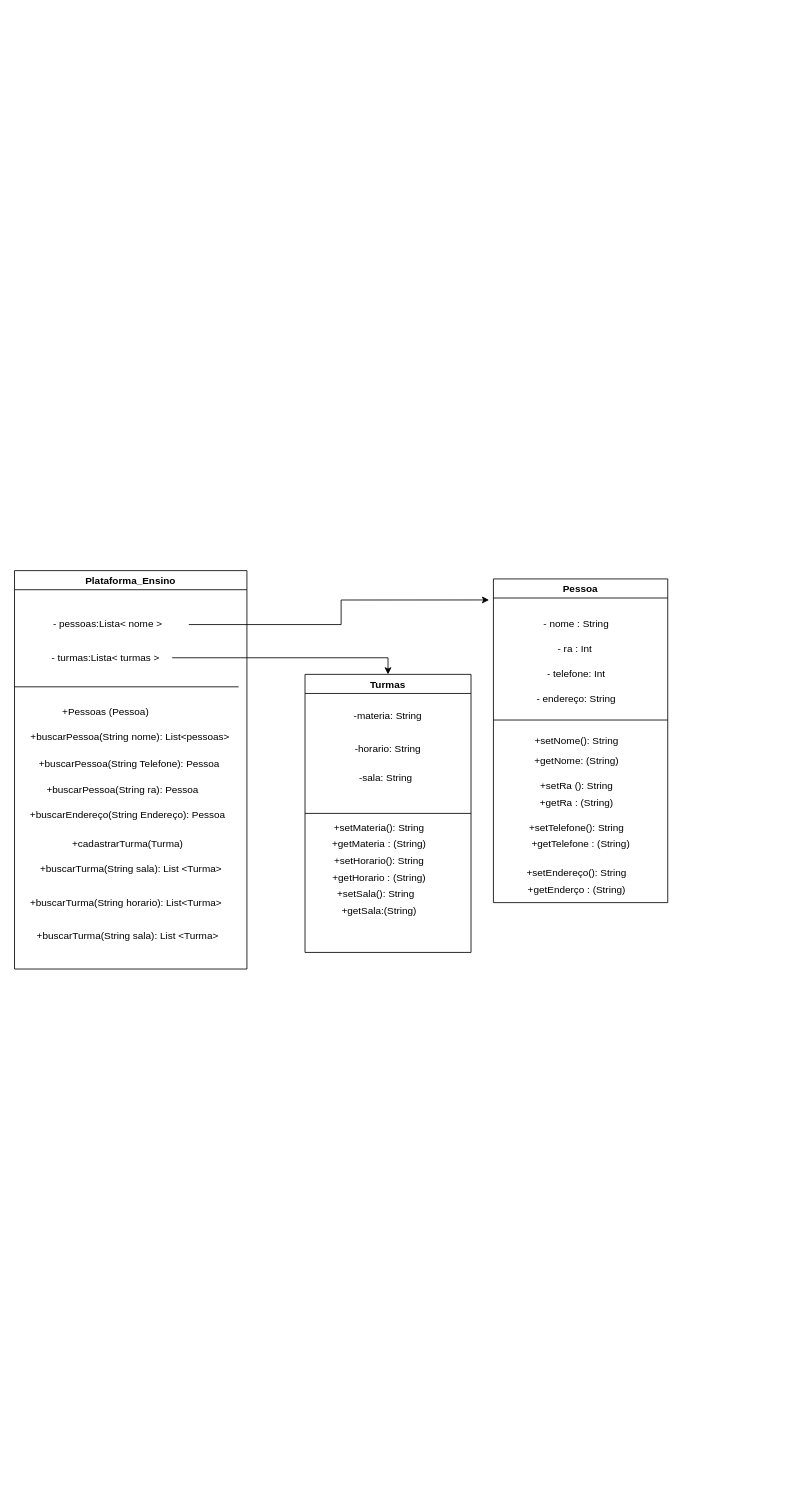
The draw.io diagram Untitled Diagram.drawio in dsslleagion/Bertoti, before the edit. Source tidied: cells renumbered, new cells numbered last; positions are measured from the earlier drawing's top-left corner, leaving out a move shared by most shapes. Both pictures are drawn from the tidied source at 83%, with x=0, y=0 at pixel (14, 570).
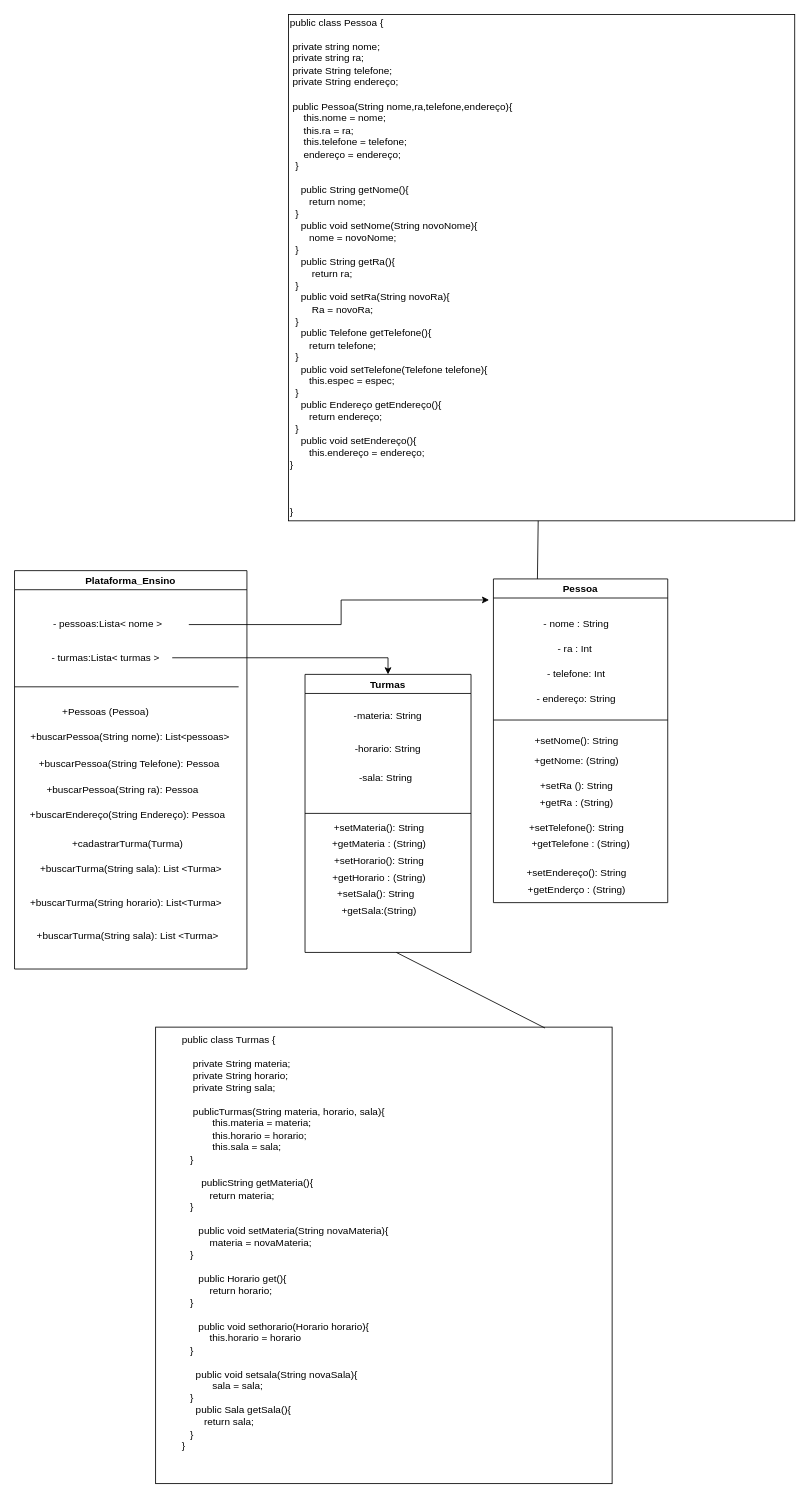
The same diagram, later.

Commit message:
Diagrama de classe com Java

Change to the diagram source:
```diff
@@
+    <mxCell id="42" style="whiteSpace=wrap;html=1;" parent="1" vertex="1">
+      <mxGeometry x="170" y="550" width="550" height="550" as="geometry" />
+    </mxCell>
+    <mxCell id="43" value="&lt;div&gt;public class Turmas {&lt;/div&gt;&lt;div&gt;&lt;br&gt;&lt;/div&gt;&lt;div&gt;&amp;nbsp; &amp;nbsp; private String materia;&lt;/div&gt;&lt;div&gt;&amp;nbsp; &amp;nbsp; private String horario;&lt;/div&gt;&lt;div&gt;&amp;nbsp; &amp;nbsp; private String sala;&lt;/div&gt;&lt;div&gt;&lt;br&gt;&lt;/div&gt;&lt;div&gt;&amp;nbsp; &amp;nbsp; publicTurmas(String materia, horario, sala){&lt;/div&gt;&lt;div&gt;&amp;nbsp; &amp;nbsp; &amp;nbsp; &amp;nbsp; &amp;nbsp; &amp;nbsp;this.materia = materia;&lt;/div&gt;&lt;div&gt;&amp;nbsp; &amp;nbsp; &amp;nbsp; &amp;nbsp; &amp;nbsp; &amp;nbsp;this.horario = horario;&lt;/div&gt;&lt;div&gt;&amp;nbsp; &amp;nbsp; &amp;nbsp; &amp;nbsp; &amp;nbsp; &amp;nbsp;this.sala = sala;&lt;/div&gt;&lt;div&gt;&amp;nbsp; &amp;nbsp;}&lt;/div&gt;&lt;div&gt;&lt;br&gt;&lt;/div&gt;&lt;div&gt;&amp;nbsp; &amp;nbsp; &amp;nbsp; &amp;nbsp;publicString getMateria(){&lt;/div&gt;&lt;div&gt;&amp;nbsp; &amp;nbsp; &amp;nbsp; &amp;nbsp; &amp;nbsp; return materia;&lt;/div&gt;&lt;div&gt;&amp;nbsp; &amp;nbsp;}&lt;/div&gt;&lt;div&gt;&lt;br&gt;&lt;/div&gt;&lt;div&gt;&amp;nbsp; &amp;nbsp; &amp;nbsp; public void setMateria(String novaMateria){&lt;/div&gt;&lt;div&gt;&amp;nbsp; &amp;nbsp; &amp;nbsp; &amp;nbsp; &amp;nbsp; materia = novaMateria;&lt;/div&gt;&lt;div&gt;&amp;nbsp; &amp;nbsp;}&lt;/div&gt;&lt;div&gt;&lt;br&gt;&lt;/div&gt;&lt;div&gt;&amp;nbsp; &amp;nbsp; &amp;nbsp; public Horario get(){&lt;/div&gt;&lt;div&gt;&amp;nbsp; &amp;nbsp; &amp;nbsp; &amp;nbsp; &amp;nbsp; return horario;&lt;/div&gt;&lt;div&gt;&amp;nbsp; &amp;nbsp;}&lt;/div&gt;&lt;div&gt;&lt;br&gt;&lt;/div&gt;&lt;div&gt;&amp;nbsp; &amp;nbsp; &amp;nbsp; public void sethorario(Horario horario){&lt;/div&gt;&lt;div&gt;&amp;nbsp; &amp;nbsp; &amp;nbsp; &amp;nbsp; &amp;nbsp; this.horario = horario&lt;/div&gt;&lt;div&gt;&amp;nbsp; &amp;nbsp;}&lt;/div&gt;&lt;div&gt;&amp;nbsp; &amp;nbsp;&lt;/div&gt;&lt;div&gt;&amp;nbsp; &amp;nbsp; &amp;nbsp;public void setsala(String novaSala){&lt;/div&gt;&lt;div&gt;&amp;nbsp; &amp;nbsp; &amp;nbsp; &amp;nbsp; &amp;nbsp; &amp;nbsp;sala = sala;&lt;/div&gt;&lt;div&gt;&amp;nbsp; &amp;nbsp;}&lt;/div&gt;&lt;div&gt;&amp;nbsp; &amp;nbsp; &amp;nbsp;public Sala getSala(){&lt;/div&gt;&lt;div&gt;&amp;nbsp; &amp;nbsp; &amp;nbsp; &amp;nbsp; return sala;&lt;/div&gt;&lt;div&gt;&amp;nbsp; &amp;nbsp;}&amp;nbsp;&lt;/div&gt;&lt;div&gt;}&lt;/div&gt;" style="text;html=1;strokeColor=none;fillColor=none;align=left;verticalAlign=middle;whiteSpace=wrap;rounded=0;" parent="1" vertex="1">
+      <mxGeometry x="200" y="760" width="390" height="100" as="geometry" />
+    </mxCell>
+    <mxCell id="44" style="endArrow=none;html=1;rounded=0;exitX=0.853;exitY=0.002;exitDx=0;exitDy=0;exitPerimeter=0;" parent="1" edge="1" source="42">
+      <mxGeometry relative="1" as="geometry">
+        <mxPoint x="460" y="460" as="targetPoint" />
+      </mxGeometry>
+    </mxCell>
+    <mxCell id="45" value="&lt;div&gt;public class Pessoa {&lt;/div&gt;&lt;div&gt;&lt;br&gt;&lt;/div&gt;&lt;div&gt;&amp;nbsp;private string nome;&lt;/div&gt;&lt;div&gt;&amp;nbsp;private string ra;&lt;/div&gt;&lt;div&gt;&amp;nbsp;private String telefone;&lt;/div&gt;&lt;div&gt;&amp;nbsp;private String endereço;&lt;/div&gt;&lt;div&gt;&lt;br&gt;&lt;/div&gt;&lt;div&gt;&amp;nbsp;public Pessoa(String nome,ra,telefone,endereço){&lt;/div&gt;&lt;div&gt;&amp;nbsp; &amp;nbsp; &amp;nbsp;this.nome = nome;&lt;/div&gt;&lt;div&gt;&amp;nbsp; &amp;nbsp; &amp;nbsp;this.ra = ra;&lt;/div&gt;&lt;div&gt;&amp;nbsp; &amp;nbsp; &amp;nbsp;this.telefone = telefone;&lt;/div&gt;&lt;div&gt;&amp;nbsp; &amp;nbsp; &amp;nbsp;endereço = endereço;&lt;/div&gt;&lt;div&gt;&amp;nbsp; }&lt;/div&gt;&lt;div&gt;&lt;br&gt;&lt;/div&gt;&lt;div&gt;&amp;nbsp; &amp;nbsp; public String getNome(){&lt;/div&gt;&lt;div&gt;&amp;nbsp; &amp;nbsp; &amp;nbsp; &amp;nbsp;return nome;&lt;/div&gt;&lt;div&gt;&amp;nbsp; }&lt;/div&gt;&lt;div&gt;&amp;nbsp; &amp;nbsp; public void setNome(String novoNome){&lt;/div&gt;&lt;div&gt;&amp;nbsp; &amp;nbsp; &amp;nbsp; &amp;nbsp;nome = novoNome;&lt;/div&gt;&lt;div&gt;&amp;nbsp; }&amp;nbsp;&lt;/div&gt;&lt;div&gt;&amp;nbsp; &amp;nbsp; public String getRa(){&lt;/div&gt;&lt;div&gt;&amp;nbsp; &amp;nbsp; &amp;nbsp; &amp;nbsp; return ra;&lt;/div&gt;&lt;div&gt;&amp;nbsp; }&lt;/div&gt;&lt;div&gt;&amp;nbsp; &amp;nbsp; public void setRa(String novoRa){&lt;/div&gt;&lt;div&gt;&amp;nbsp; &amp;nbsp; &amp;nbsp; &amp;nbsp; Ra = novoRa;&lt;/div&gt;&lt;div&gt;&amp;nbsp; }&lt;/div&gt;&lt;div&gt;&amp;nbsp; &amp;nbsp; public Telefone getTelefone(){&lt;/div&gt;&lt;div&gt;&amp;nbsp; &amp;nbsp; &amp;nbsp; &amp;nbsp;return telefone;&lt;/div&gt;&lt;div&gt;&amp;nbsp; }&lt;/div&gt;&lt;div&gt;&amp;nbsp; &amp;nbsp; public void setTelefone(Telefone telefone){&lt;/div&gt;&lt;div&gt;&amp;nbsp; &amp;nbsp; &amp;nbsp; &amp;nbsp;this.espec = espec;&lt;/div&gt;&lt;div&gt;&amp;nbsp; }&lt;/div&gt;&lt;div&gt;&amp;nbsp; &amp;nbsp; public Endereço getEndereço(){&lt;/div&gt;&lt;div&gt;&amp;nbsp; &amp;nbsp; &amp;nbsp; &amp;nbsp;return endereço;&lt;/div&gt;&lt;div&gt;&amp;nbsp; }&lt;/div&gt;&lt;div&gt;&amp;nbsp; &amp;nbsp; public void setEndereço(){&lt;/div&gt;&lt;div&gt;&amp;nbsp; &amp;nbsp; &amp;nbsp; &amp;nbsp;this.endereço = endereço;&lt;/div&gt;&lt;div&gt;}&lt;/div&gt;&lt;div&gt;&lt;br&gt;&lt;/div&gt;&lt;div&gt;&lt;br&gt;&lt;/div&gt;&lt;div&gt;&lt;br&gt;&lt;/div&gt;&lt;div&gt;}&amp;nbsp;&lt;/div&gt;" style="whiteSpace=wrap;html=1;align=left;" parent="1" vertex="1">
+      <mxGeometry x="330" y="-670" width="610" height="610" as="geometry" />
+    </mxCell>
+    <mxCell id="46" style="endArrow=none;html=1;rounded=0;" parent="1" edge="1" target="45">
+      <mxGeometry relative="1" as="geometry">
+        <mxPoint x="630" y="10" as="sourcePoint" />
+      </mxGeometry>
+    </mxCell>
```
